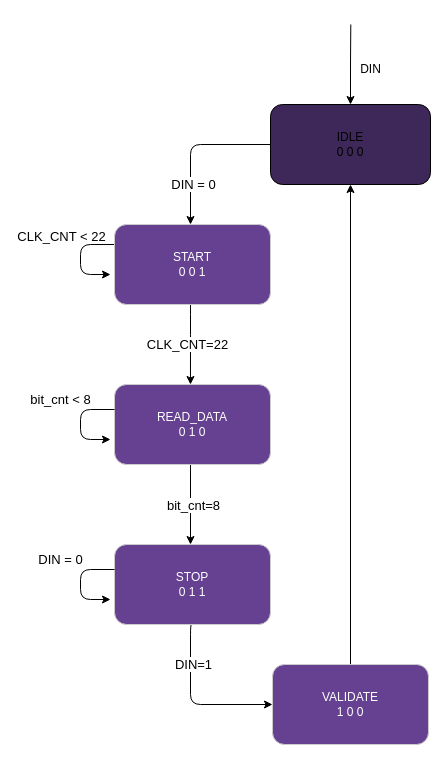
This is doc/FSM.drawio from freedfall/INC-project, a draw.io file, before an edit. Source tidied: cells renumbered, new cells numbered last; positions are measured from the earlier drawing's top-left corner, leaving out a move shared by most shapes. Both pictures are drawn from the tidied source at 100%, with x=0, y=0 at pixel (20, 24).
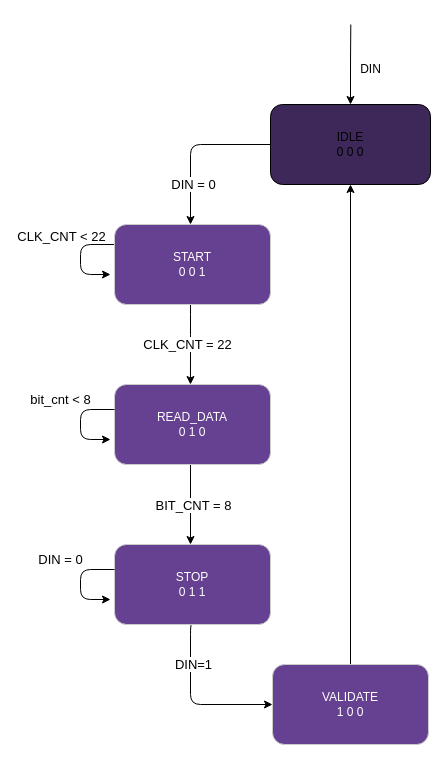
The same page after the edit.

Unchanged cells that the change refers to:
```xml
<mxCell id="6" style="edgeStyle=orthogonalEdgeStyle;html=1;entryX=0.487;entryY=0;entryDx=0;entryDy=0;fontSize=13;startArrow=none;startFill=0;endArrow=classic;endFill=1;entryPerimeter=0;" parent="1" edge="1" source="10" target="13">
  <mxGeometry relative="1" as="geometry">
    <Array as="points">
      <mxPoint x="170" y="300" />
      <mxPoint x="170" y="300" />
    </Array>
  </mxGeometry>
</mxCell>
<mxCell id="11" style="edgeStyle=orthogonalEdgeStyle;html=1;fontSize=13;startArrow=none;startFill=0;endArrow=classic;endFill=1;" parent="1" edge="1" source="13">
  <mxGeometry relative="1" as="geometry">
    <mxPoint x="170" y="520" as="targetPoint" />
    <Array as="points">
      <mxPoint x="170" y="520" />
    </Array>
  </mxGeometry>
</mxCell>
```

What changed in the source:
```diff
@@
-    <mxCell id="7" value="CLK_CNT=22" style="edgeLabel;html=1;align=center;verticalAlign=middle;fontSize=13;" parent="6" vertex="1">
+    <mxCell id="7" value="CLK_CNT = 22" style="edgeLabel;html=1;align=center;verticalAlign=middle;fontSize=13;" parent="6" vertex="1">
       <mxGeometry x="0.29" y="-3" relative="1" as="geometry">
         <mxPoint y="-12" as="offset" />
       </mxGeometry>
     </mxCell>
@@
-    <mxCell id="12" value="bit_cnt=8" style="edgeLabel;html=1;align=center;verticalAlign=middle;fontSize=13;" parent="11" vertex="1">
+    <mxCell id="12" value="BIT_CNT = 8" style="edgeLabel;html=1;align=center;verticalAlign=middle;fontSize=13;" parent="11" vertex="1">
       <mxGeometry x="0.27" y="-2" relative="1" as="geometry">
         <mxPoint x="4" y="-11" as="offset" />
       </mxGeometry>
     </mxCell>
```
